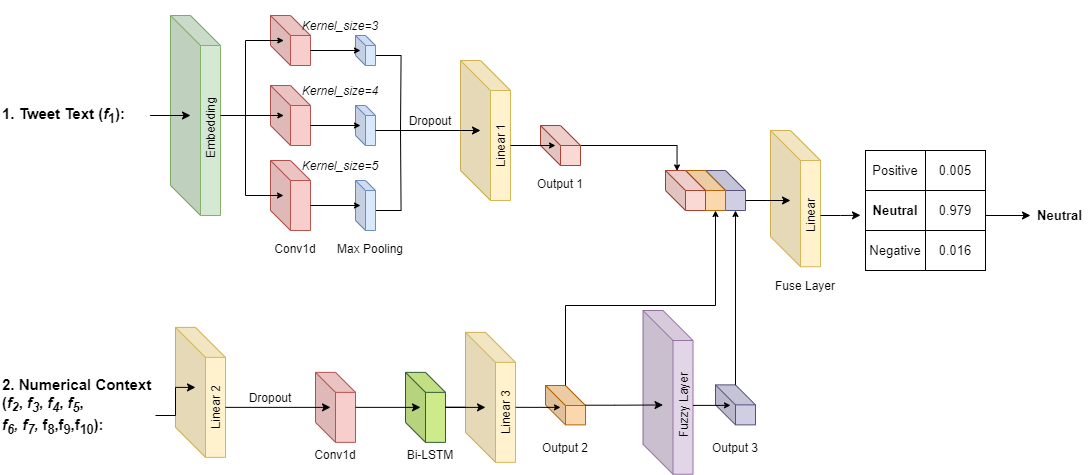
The draw.io diagram model_structure.png in 123fangyang/FDHN, before a commit. Source tidied: cells renumbered, new cells last; positions are measured from the earlier drawing's top-left corner, leaving out a move shared by most shapes.
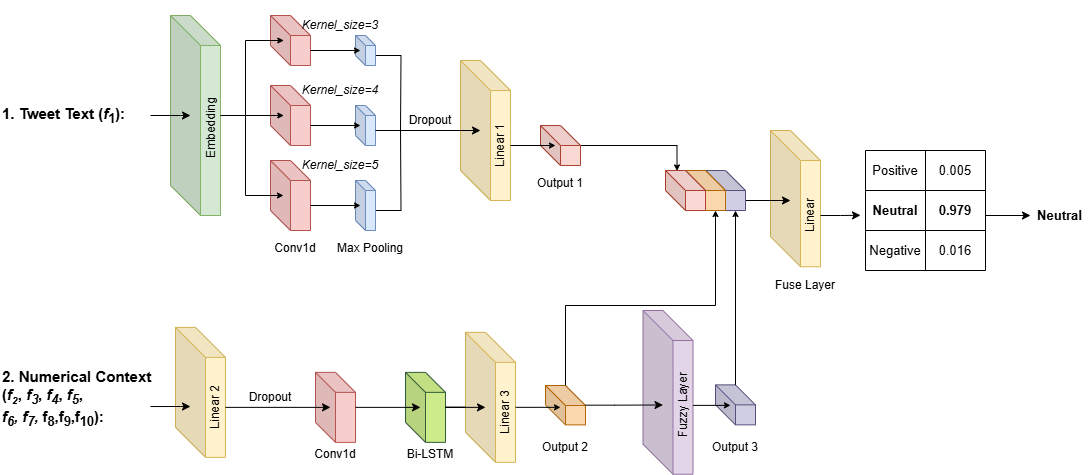
Later version of the same file.

What changed in the source:
```diff
@@ -6,7 +6,12 @@
       <mxGeometry x="170" y="15" width="50" height="200" as="geometry" />
     </mxCell>
     <mxCell id="3" style="edgeStyle=orthogonalEdgeStyle;rounded=0;jettySize=auto;html=1;exitX=1;exitY=0.5;exitDx=0;exitDy=0;entryX=0.4;entryY=0.5;entryDx=0;entryDy=0;entryPerimeter=0;endSize=6;startSize=6;" parent="1" edge="1" source="4" target="2">
-      <mxGeometry relative="1" as="geometry" />
+      <mxGeometry relative="1" as="geometry">
+        <Array as="points">
+          <mxPoint x="180" y="115" />
+          <mxPoint x="180" y="115" />
+        </Array>
+      </mxGeometry>
     </mxCell>
     <object id="4" label="&lt;font style=&quot;font-size: 15px;&quot;&gt;&lt;b style=&quot;font-size: 15px;&quot;&gt;1. Tweet Text (&lt;i&gt;f&lt;/i&gt;&lt;sub&gt;1&lt;/sub&gt;):&lt;/b&gt; &lt;br&gt;&lt;/font&gt;" name="Variable" placeholders="1">
       <mxCell style="text;html=1;strokeColor=none;fillColor=none;align=left;verticalAlign=middle;whiteSpace=wrap;overflow=hidden;fontSize=15;" parent="1" vertex="1">
@@ -87,7 +92,7 @@
     </mxCell>
     <object id="26" label="&lt;div style=&quot;&quot;&gt;&lt;b style=&quot;font-size: 15px; background-color: initial;&quot;&gt;2. Numerical&amp;nbsp;&lt;/b&gt;&lt;b style=&quot;background-color: initial;&quot;&gt;Context (&lt;i style=&quot;&quot;&gt;f&lt;span style=&quot;font-size: 12.5px;&quot;&gt;&lt;sub&gt;2&lt;/sub&gt;&lt;/span&gt;&lt;/i&gt;, &lt;i style=&quot;font-size: 15px;&quot;&gt;f&lt;sub&gt;3&lt;/sub&gt;&lt;/i&gt;, &lt;i style=&quot;font-size: 15px;&quot;&gt;f&lt;sub&gt;4&lt;/sub&gt;&lt;/i&gt;, &lt;i style=&quot;font-size: 15px;&quot;&gt;f&lt;sub&gt;5&lt;/sub&gt;&lt;/i&gt;,&amp;nbsp;&lt;/b&gt;&lt;/div&gt;&lt;div style=&quot;&quot;&gt;&lt;b style=&quot;background-color: initial;&quot;&gt;&lt;i style=&quot;font-size: 15px;&quot;&gt;f&lt;sub&gt;6&lt;/sub&gt;,&amp;nbsp;&lt;/i&gt;&lt;/b&gt;&lt;b style=&quot;background-color: initial;&quot;&gt;&lt;i&gt;f&lt;sub&gt;7&lt;/sub&gt;,&amp;nbsp;&lt;/i&gt;&lt;/b&gt;&lt;b style=&quot;background-color: initial;&quot;&gt;f&lt;sub&gt;8&lt;/sub&gt;,f&lt;sub&gt;9&lt;/sub&gt;,f&lt;sub&gt;10&lt;/sub&gt;):&lt;/b&gt;&lt;/div&gt;&lt;div style=&quot;font-size: 15px;&quot;&gt;&lt;b style=&quot;font-size: 15px; background-color: initial;&quot;&gt;&lt;/b&gt;&lt;br&gt;&lt;/div&gt;" name="Variable" placeholders="1">
       <mxCell style="text;html=1;strokeColor=none;fillColor=none;align=left;verticalAlign=middle;whiteSpace=wrap;overflow=hidden;fontSize=15;" parent="1" vertex="1">
-        <mxGeometry y="355" width="155" height="120" as="geometry" />
+        <mxGeometry y="346.9" width="155" height="120" as="geometry" />
       </mxCell>
     </object>
     <mxCell id="27" style="shape=cube;whiteSpace=wrap;html=1;boundedLbl=1;backgroundOutline=1;darkOpacity=0.05;darkOpacity2=0.1;size=30;fillColor=#fff2cc;strokeColor=#d6b656;" parent="1" vertex="1">
@@ -105,9 +110,6 @@
     <mxCell id="31" value="Conv1d" style="text;html=1;strokeColor=none;fillColor=none;align=center;verticalAlign=middle;whiteSpace=wrap;rounded=0;" parent="1" vertex="1">
       <mxGeometry x="305" y="446.9" width="60" height="15" as="geometry" />
     </mxCell>
-    <mxCell id="32" style="edgeStyle=orthogonalEdgeStyle;rounded=0;jettySize=auto;html=1;entryX=0.4;entryY=0.462;entryDx=0;entryDy=0;entryPerimeter=0;" parent="1" edge="1" source="26" target="27">
-      <mxGeometry relative="1" as="geometry" />
-    </mxCell>
     <mxCell id="33" style="shape=cube;whiteSpace=wrap;html=1;boundedLbl=1;backgroundOutline=1;darkOpacity=0.05;darkOpacity2=0.1;size=20;fillColor=#cdeb8b;strokeColor=#315e38;" parent="1" vertex="1">
       <mxGeometry x="405" y="371.9" width="40" height="70" as="geometry" />
     </mxCell>
@@ -248,7 +250,7 @@
     <mxCell id="70" value="&lt;b style=&quot;font-size: 13px;&quot;&gt;Neutral&lt;/b&gt;" style="shape=partialRectangle;html=1;whiteSpace=wrap;strokeColor=inherit;overflow=hidden;fillColor=none;top=0;left=0;bottom=0;right=0;fontSize=13;" parent="69" vertex="1">
       <mxGeometry width="60" height="40" as="geometry" />
     </mxCell>
-    <mxCell id="71" value="0.979" style="shape=partialRectangle;html=1;whiteSpace=wrap;strokeColor=inherit;overflow=hidden;fillColor=none;top=0;left=0;bottom=0;right=0;fontSize=13;" parent="69" vertex="1">
+    <mxCell id="71" value="&lt;b&gt;0.979&lt;/b&gt;" style="shape=partialRectangle;html=1;whiteSpace=wrap;strokeColor=inherit;overflow=hidden;fillColor=none;top=0;left=0;bottom=0;right=0;fontSize=13;" parent="69" vertex="1">
       <mxGeometry x="60" width="60" height="40" as="geometry" />
     </mxCell>
     <mxCell id="72" style="shape=tableRow;horizontal=0;startSize=0;swimlaneHead=0;swimlaneBody=0;strokeColor=inherit;top=0;left=0;bottom=0;right=0;fillColor=none;" parent="65" vertex="1">
@@ -269,5 +271,15 @@
     <mxCell id="76" value="&lt;b style=&quot;font-size: 13px;&quot;&gt;Neutral&lt;/b&gt;" style="text;html=1;align=center;verticalAlign=middle;strokeColor=none;fillColor=none;fontSize=13;" parent="1" vertex="1">
       <mxGeometry x="1026" y="200" width="65" height="30" as="geometry" />
     </mxCell>
+    <mxCell id="77" style="edgeStyle=orthogonalEdgeStyle;rounded=0;orthogonalLoop=1;jettySize=auto;html=1;exitX=1;exitY=0.5;exitDx=0;exitDy=0;entryX=0.4;entryY=0.5;entryDx=0;entryDy=0;entryPerimeter=0;endSize=6;startSize=6;" parent="1" edge="1">
+      <mxGeometry relative="1" as="geometry">
+        <mxPoint x="150" y="406" as="sourcePoint" />
+        <mxPoint x="190" y="406" as="targetPoint" />
+        <Array as="points">
+          <mxPoint x="180" y="406" />
+          <mxPoint x="180" y="406" />
+        </Array>
+      </mxGeometry>
+    </mxCell>
   </root>
 </mxGraphModel>
```
